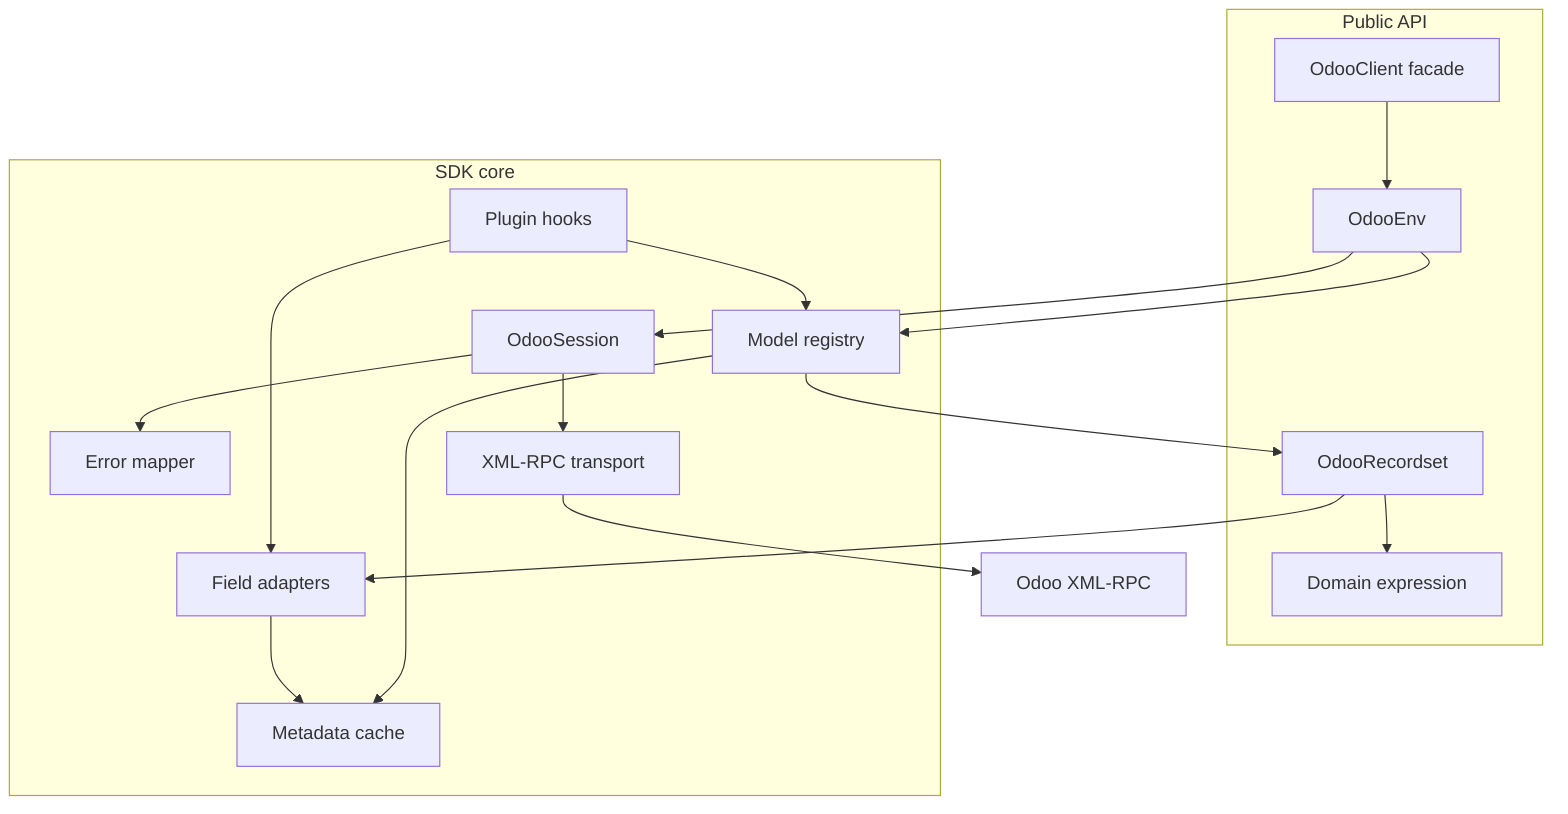
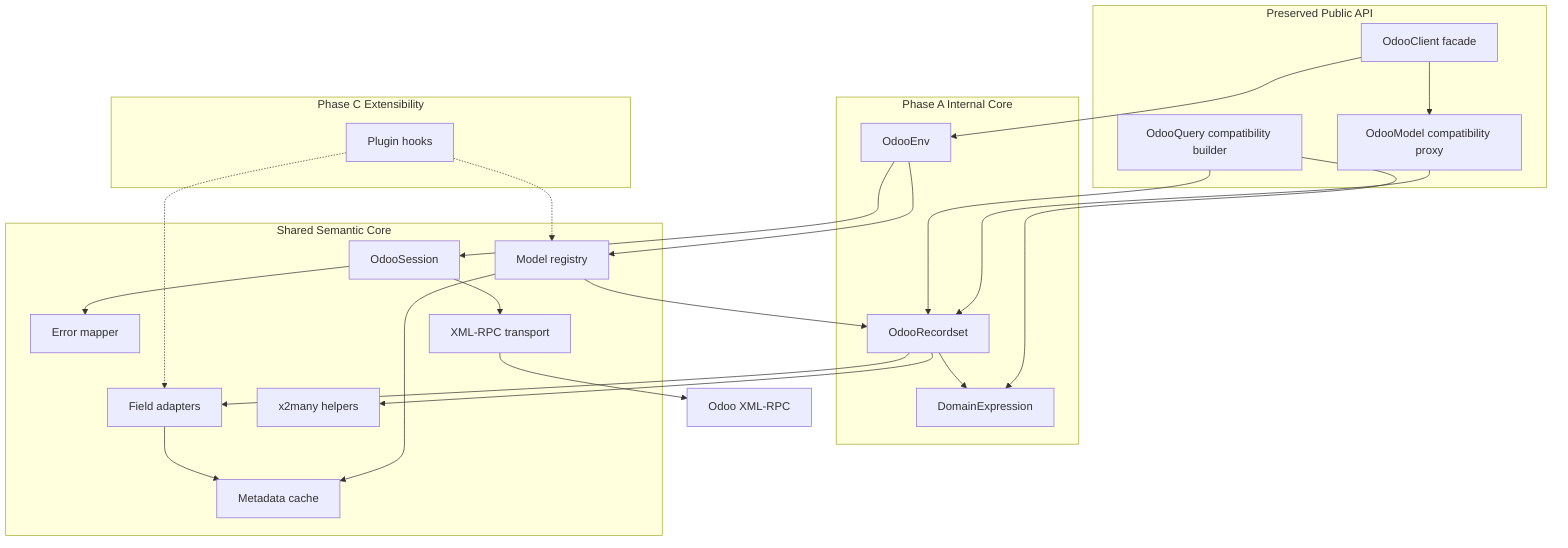
graph TD
-     subgraph PublicAPI["Public API"]
+     subgraph PublicAPI["Preserved Public API"]
        Client["OdooClient facade"]
+         Model["OdooModel compatibility proxy"]
+         Query["OdooQuery compatibility builder"]
+     end
+ 
+     subgraph PhaseAInternal["Phase A Internal Core"]
        Env["OdooEnv"]
        Recordset["OdooRecordset"]
-         Domain["Domain expression"]
+         Domain["DomainExpression"]
    end

-     subgraph Core["SDK core"]
+     subgraph Core["Shared Semantic Core"]
        ModelRegistry["Model registry"]
        MetadataCache["Metadata cache"]
        FieldAdapters["Field adapters"]
+         X2Many["x2many helpers"]
        ErrorMapper["Error mapper"]
        Session["OdooSession"]
        Transport["XML-RPC transport"]
+     end
+ 
+     subgraph PhaseCExtensibility["Phase C Extensibility"]
        PluginHooks["Plugin hooks"]
    end

    Client --> Env
+     Client --> Model
+     Model --> Recordset
+     Query --> Domain
+     Query --> Recordset
    Env --> ModelRegistry
    ModelRegistry --> Recordset
    Recordset --> Domain
    Recordset --> FieldAdapters
+     Recordset --> X2Many
    ModelRegistry --> MetadataCache
    FieldAdapters --> MetadataCache
    Env --> Session
    Session --> Transport
    Session --> ErrorMapper
-     PluginHooks --> FieldAdapters
-     PluginHooks --> ModelRegistry
+     PluginHooks -.-> FieldAdapters
+     PluginHooks -.-> ModelRegistry
    Transport --> Odoo["Odoo XML-RPC"]
